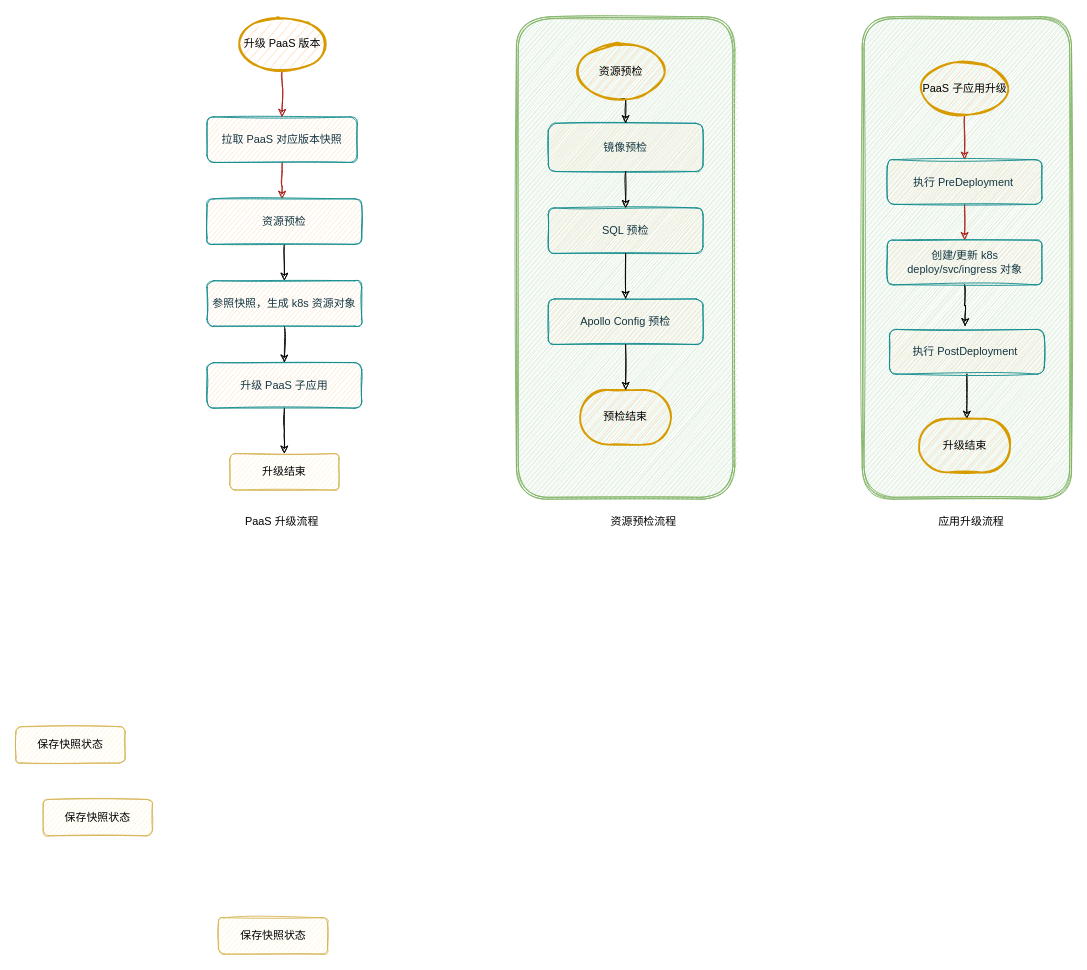
Above: upgrade_paas_flow.drawio in Owenxh/docs (draw.io), before the change. Source tidied: cells renumbered, new cells numbered last; positions are measured from the earlier drawing's top-left corner, leaving out a move shared by most shapes. Both pictures are drawn from the tidied source at 91%, with x=0, y=0 at pixel (15, 16).
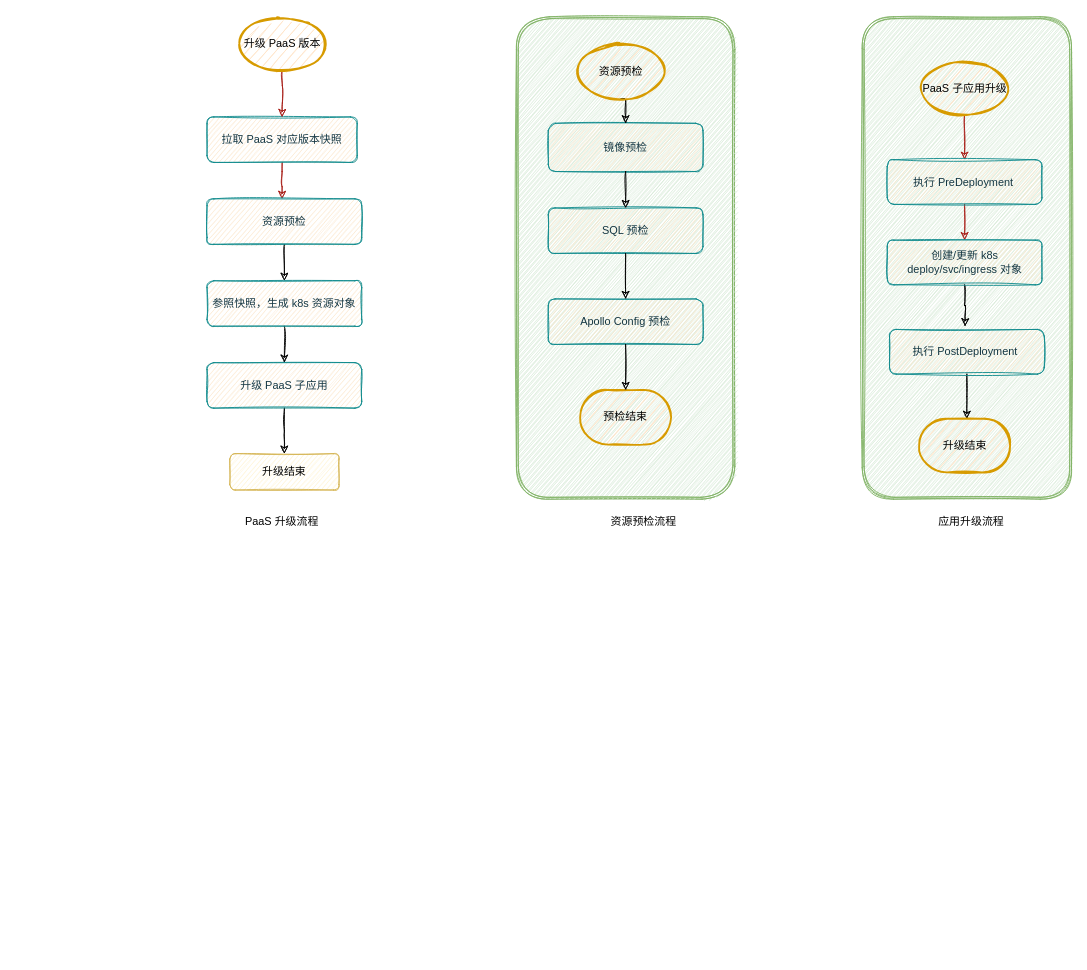
The same diagram, later.

Diff of the diagram source:
```diff
@@
-    <mxCell id="2" value="保存快照状态" style="rounded=1;whiteSpace=wrap;html=1;fontSize=12;glass=0;strokeWidth=1;shadow=0;fillColor=#fff2cc;strokeColor=#d6b656;sketch=1;" parent="1" vertex="1">
-      <mxGeometry x="222.5" y="990" width="120" height="40" as="geometry" />
-    </mxCell>
@@
-    <mxCell id="7" value="保存快照状态" style="rounded=1;whiteSpace=wrap;html=1;fontSize=12;glass=0;strokeWidth=1;shadow=0;fillColor=#fff2cc;strokeColor=#d6b656;sketch=1;" parent="1" vertex="1">
-      <mxGeometry y="780" width="120" height="40" as="geometry" />
-    </mxCell>
@@
-    <mxCell id="23" value="保存快照状态" style="rounded=1;whiteSpace=wrap;html=1;fontSize=12;glass=0;strokeWidth=1;shadow=0;fillColor=#fff2cc;strokeColor=#d6b656;sketch=1;" parent="1" vertex="1">
-      <mxGeometry x="30" y="860" width="120" height="40" as="geometry" />
-    </mxCell>
```
